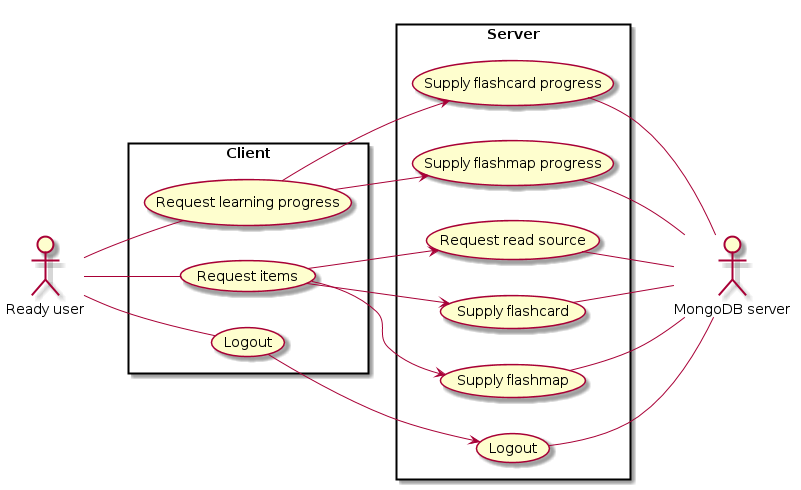
The PlantUML diagram img/mainusecase.png in mcvdenk/MasterThesis, before a commit. The source it was exported from:
```plantuml
@startuml

left to right direction

:Ready user: as readyuser
:MongoDB server: as db

skinparam packageStyle rect
rectangle Client {
    (Request learning progress) as requestpr
    (Request items) as requestitems
    (Logout) as clientlogout
}

rectangle Server {
    (Supply flashcard progress) as supplyfcpr
    (Supply flashmap progress) as supplyfmpr
    (Request read source) as source
    (Supply flashcard) as supplyfc
    (Supply flashmap) as supplyfm
    (Logout) as servlogout
}

readyuser -- requestpr
readyuser -- requestitems
readyuser -- clientlogout

supplyfcpr -- db
supplyfmpr -- db
source -- db
supplyfc -- db
supplyfm -- db
servlogout -- db

requestpr -> supplyfcpr
requestpr -> supplyfmpr
requestitems -> source
requestitems -> supplyfc
requestitems -> supplyfm
clientlogout -> servlogout

@enduml
```
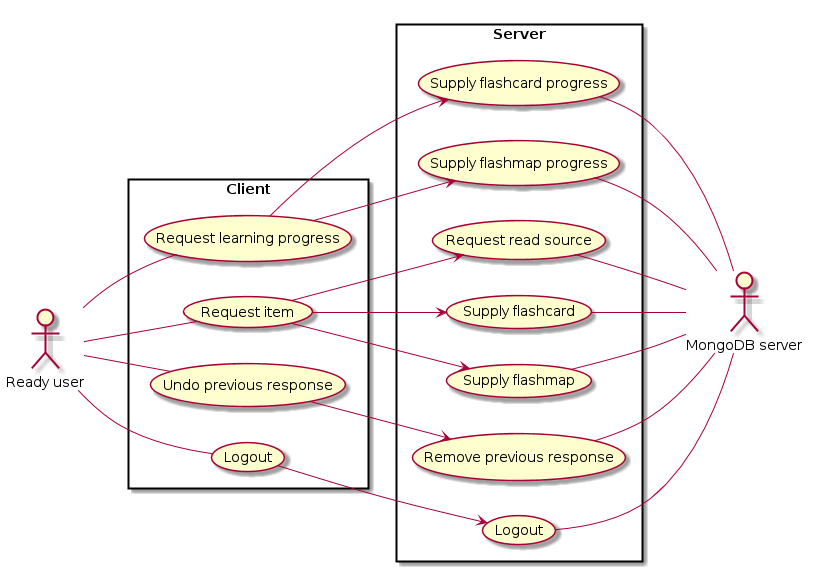
Later version of the same file.

Diff of the diagram source:
```diff
@@ -8,7 +8,8 @@
 skinparam packageStyle rect
 rectangle Client {
     (Request learning progress) as requestpr
-    (Request items) as requestitems
+    (Request item) as requestitem
+    (Undo previous response) as undo
     (Logout) as clientlogout
 }
 
@@ -18,11 +19,13 @@
     (Request read source) as source
     (Supply flashcard) as supplyfc
     (Supply flashmap) as supplyfm
+    (Remove previous response) as remove
     (Logout) as servlogout
 }
 
 readyuser -- requestpr
-readyuser -- requestitems
+readyuser -- requestitem
+readyuser -- undo
 readyuser -- clientlogout
 
 supplyfcpr -- db
@@ -30,13 +33,15 @@
 source -- db
 supplyfc -- db
 supplyfm -- db
+remove -- db
 servlogout -- db
 
 requestpr -> supplyfcpr
 requestpr -> supplyfmpr
-requestitems -> source
-requestitems -> supplyfc
-requestitems -> supplyfm
+requestitem -> source
+requestitem -> supplyfc
+requestitem -> supplyfm
+undo -> remove
 clientlogout -> servlogout
 
 @enduml
```
